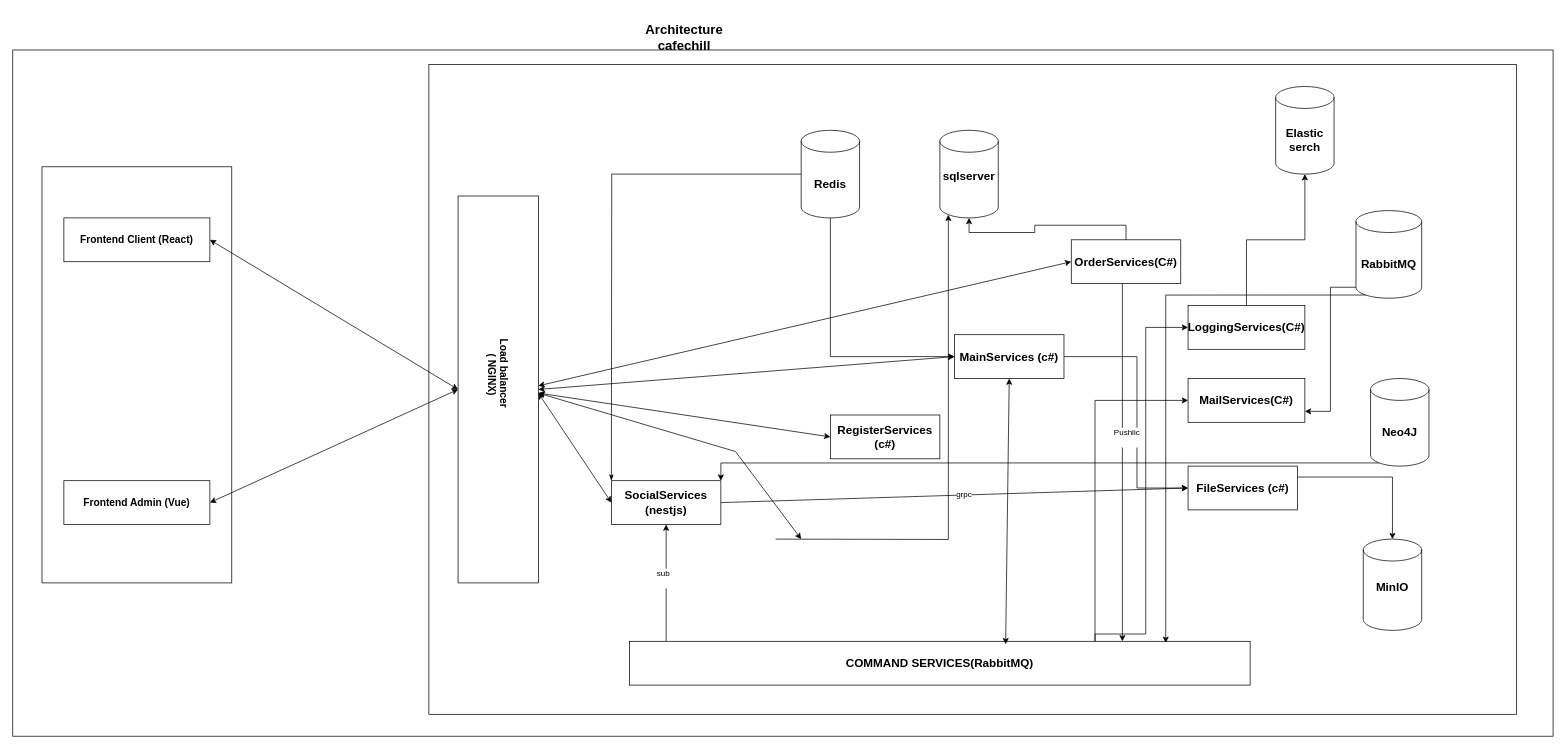
The draw.io diagram Documentations/Architechture.drawio in MajinBuuNe-Ahihi/DATN, before the edit. Source tidied: cells renumbered, new cells numbered last; positions are measured from the earlier drawing's top-left corner, leaving out a move shared by most shapes. Both pictures are drawn from the tidied source at 73%, with x=0, y=0 at pixel (12, 35).
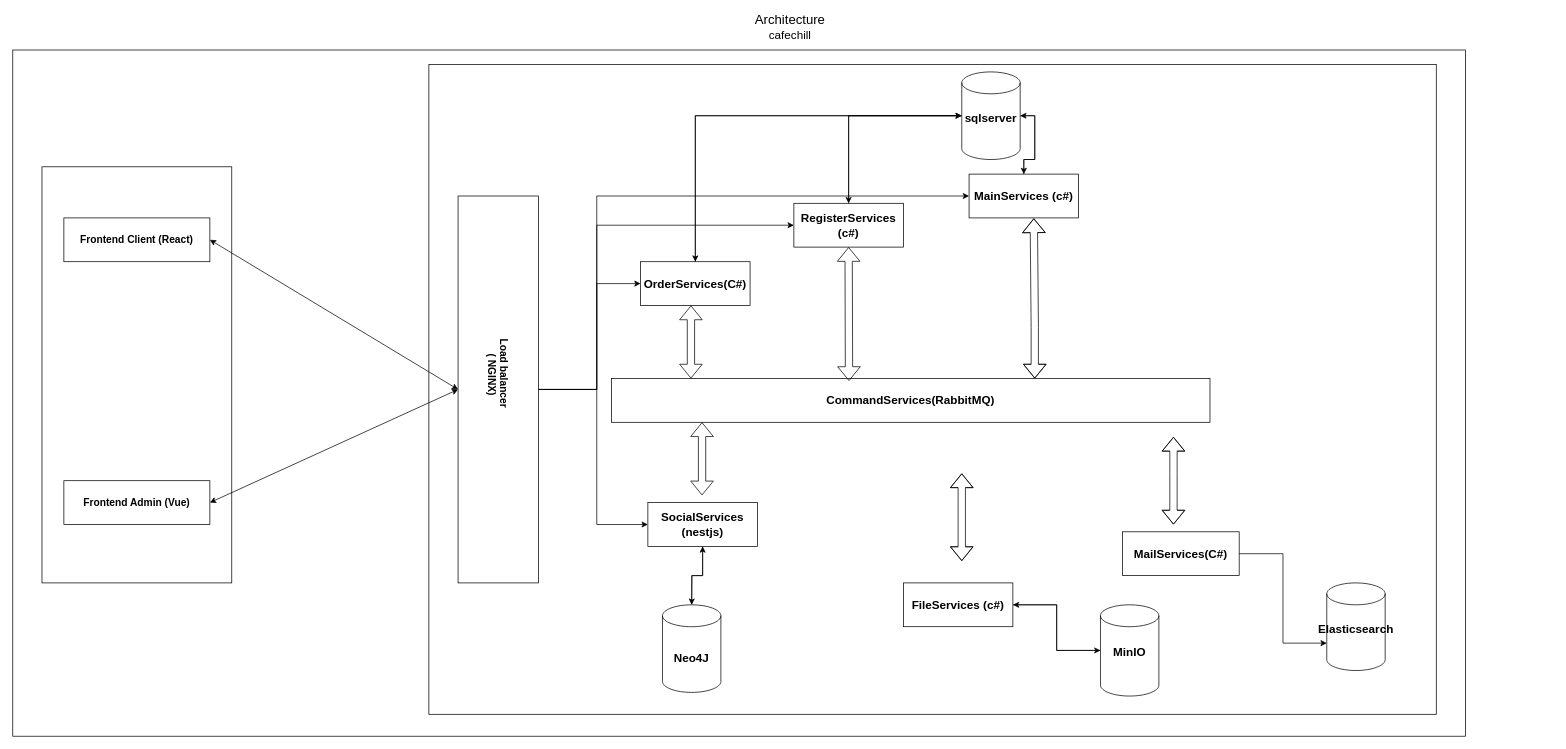
After the change.

The change refers to these unchanged cells:
```xml
<mxCell id="8" style="rounded=0;whiteSpace=wrap;html=1;" parent="1" vertex="1">
  <mxGeometry x="610" y="220" width="110" height="530" as="geometry" />
</mxCell>
```

Diff of the diagram source:
```diff
@@
     <mxCell id="2" style="rounded=0;whiteSpace=wrap;html=1;fillColor=none;" parent="1" vertex="1">
-      <mxGeometry y="20" width="2110" height="940" as="geometry" />
+      <mxGeometry y="20" width="1990" height="940" as="geometry" />
     </mxCell>
-    <mxCell id="3" value="&lt;b style=&quot;font-size: 18px;&quot;&gt;&lt;font style=&quot;font-size: 18px;&quot;&gt;Architecture&lt;/font&gt;&lt;/b&gt;&lt;div style=&quot;font-size: 18px;&quot;&gt;&lt;b&gt;&lt;font style=&quot;font-size: 18px;&quot;&gt;cafechill&lt;/font&gt;&lt;/b&gt;&lt;/div&gt;&lt;div style=&quot;font-size: 18px;&quot;&gt;&lt;br&gt;&lt;/div&gt;" style="text;html=1;align=center;verticalAlign=middle;whiteSpace=wrap;rounded=0;strokeWidth=8;" parent="1" vertex="1">
-      <mxGeometry x="840" width="160" height="30" as="geometry" />
+    <mxCell id="3" value="&lt;font style=&quot;font-size: 18px;&quot;&gt;Architecture&lt;/font&gt;&lt;div style=&quot;&quot;&gt;&lt;font size=&quot;3&quot; style=&quot;&quot;&gt;cafechill&lt;/font&gt;&lt;/div&gt;&lt;div style=&quot;font-size: 18px;&quot;&gt;&lt;br&gt;&lt;/div&gt;" style="text;html=1;align=center;verticalAlign=middle;whiteSpace=wrap;rounded=0;strokeWidth=8;" parent="1" vertex="1">
+      <mxGeometry x="840" y="-30" width="450" height="60" as="geometry" />
     </mxCell>
@@
     <mxCell id="7" style="rounded=0;whiteSpace=wrap;html=1;fillColor=none;" parent="1" vertex="1">
-      <mxGeometry x="570" y="40" width="1490" height="890" as="geometry" />
+      <mxGeometry x="570" y="40" width="1380" height="890" as="geometry" />
     </mxCell>
+    <mxCell id="51" style="edgeStyle=orthogonalEdgeStyle;rounded=0;jettySize=auto;html=1;exitX=1;exitY=0.5;exitDx=0;exitDy=0;" parent="1" edge="1" source="8" target="28">
+      <mxGeometry relative="1" as="geometry">
+        <Array as="points">
+          <mxPoint x="800" y="485" />
+          <mxPoint x="800" y="670" />
+        </Array>
+      </mxGeometry>
+    </mxCell>
+    <mxCell id="52" style="edgeStyle=orthogonalEdgeStyle;rounded=0;jettySize=auto;html=1;exitX=1;exitY=0.5;exitDx=0;exitDy=0;entryX=0;entryY=0.5;entryDx=0;entryDy=0;" parent="1" edge="1" source="8" target="27">
+      <mxGeometry relative="1" as="geometry">
+        <Array as="points">
+          <mxPoint x="800" y="485" />
+          <mxPoint x="800" y="340" />
+        </Array>
+      </mxGeometry>
+    </mxCell>
+    <mxCell id="53" style="edgeStyle=orthogonalEdgeStyle;rounded=0;jettySize=auto;html=1;exitX=1;exitY=0.5;exitDx=0;exitDy=0;entryX=0;entryY=0.5;entryDx=0;entryDy=0;" parent="1" edge="1" source="8" target="30">
+      <mxGeometry relative="1" as="geometry">
+        <Array as="points">
+          <mxPoint x="800" y="485" />
+          <mxPoint x="800" y="260" />
+        </Array>
+      </mxGeometry>
+    </mxCell>
+    <mxCell id="34" style="edgeStyle=orthogonalEdgeStyle;rounded=0;jettySize=auto;html=1;exitX=1;exitY=0.5;exitDx=0;exitDy=0;entryX=0;entryY=0.5;entryDx=0;entryDy=0;" parent="1" edge="1" source="8" target="23">
+      <mxGeometry relative="1" as="geometry">
+        <Array as="points">
+          <mxPoint x="800" y="485" />
+          <mxPoint x="800" y="220" />
+        </Array>
+      </mxGeometry>
+    </mxCell>
@@
-    <mxCell id="10" style="edgeStyle=orthogonalEdgeStyle;rounded=0;jettySize=auto;html=1;exitX=0.75;exitY=0;exitDx=0;exitDy=0;entryX=0;entryY=0.5;entryDx=0;entryDy=0;" parent="1" edge="1" source="11" target="29">
-      <mxGeometry relative="1" as="geometry" />
-    </mxCell>
-    <mxCell id="11" value="&lt;font size=&quot;1&quot;&gt;&lt;b style=&quot;font-size: 16px;&quot;&gt;COMMAND SERVICES(RabbitMQ)&lt;/b&gt;&lt;/font&gt;" style="rounded=0;whiteSpace=wrap;html=1;" parent="1" vertex="1">
-      <mxGeometry x="845" y="830" width="850" height="60" as="geometry" />
+    <mxCell id="11" value="&lt;font size=&quot;1&quot;&gt;&lt;b style=&quot;font-size: 16px;&quot;&gt;CommandServices(RabbitMQ)&lt;/b&gt;&lt;/font&gt;" style="rounded=0;whiteSpace=wrap;html=1;" parent="1" vertex="1">
+      <mxGeometry x="820" y="470" width="820" height="60" as="geometry" />
     </mxCell>
-    <mxCell id="12" style="edgeStyle=orthogonalEdgeStyle;rounded=0;jettySize=auto;html=1;exitX=0.145;exitY=1;exitDx=0;exitDy=-4.35;exitPerimeter=0;entryX=1;entryY=0;entryDx=0;entryDy=0;" parent="1" edge="1" source="13" target="28">
+    <mxCell id="12" style="edgeStyle=orthogonalEdgeStyle;rounded=0;jettySize=auto;html=1;exitX=0.5;exitY=0;exitDx=0;exitDy=0;exitPerimeter=0;" parent="1" edge="1" source="13" target="28">
       <mxGeometry relative="1" as="geometry" />
     </mxCell>
     <mxCell id="13" value="&lt;font style=&quot;font-size: 16px;&quot;&gt;&lt;b&gt;Neo4J&lt;/b&gt;&lt;/font&gt;" style="shape=cylinder3;whiteSpace=wrap;html=1;boundedLbl=1;backgroundOutline=1;size=15;" parent="1" vertex="1">
-      <mxGeometry x="1860" y="470" width="80" height="120" as="geometry" />
+      <mxGeometry x="890" y="780" width="80" height="120" as="geometry" />
     </mxCell>
+    <mxCell id="54" style="edgeStyle=orthogonalEdgeStyle;rounded=0;jettySize=auto;html=1;exitX=0;exitY=0.5;exitDx=0;exitDy=0;exitPerimeter=0;entryX=0.5;entryY=0;entryDx=0;entryDy=0;" parent="1" edge="1" source="14" target="30">
+      <mxGeometry relative="1" as="geometry" />
+    </mxCell>
+    <mxCell id="55" style="edgeStyle=orthogonalEdgeStyle;rounded=0;jettySize=auto;html=1;exitX=1;exitY=0.5;exitDx=0;exitDy=0;exitPerimeter=0;entryX=0.5;entryY=0;entryDx=0;entryDy=0;" parent="1" edge="1" source="14" target="23">
+      <mxGeometry relative="1" as="geometry">
+        <Array as="points">
+          <mxPoint x="1400" y="110" />
+          <mxPoint x="1400" y="170" />
+          <mxPoint x="1385" y="170" />
+        </Array>
+      </mxGeometry>
+    </mxCell>
+    <mxCell id="56" style="edgeStyle=orthogonalEdgeStyle;rounded=0;jettySize=auto;html=1;exitX=0;exitY=0.5;exitDx=0;exitDy=0;exitPerimeter=0;" parent="1" edge="1" source="14" target="27">
+      <mxGeometry relative="1" as="geometry" />
+    </mxCell>
     <mxCell id="14" value="&lt;span style=&quot;font-size: 16px;&quot;&gt;&lt;font style=&quot;font-size: 16px;&quot;&gt;&lt;b&gt;sqlserver&lt;/b&gt;&lt;/font&gt;&lt;/span&gt;&lt;div style=&quot;font-size: 16px;&quot;&gt;&lt;br&gt;&lt;/div&gt;" style="shape=cylinder3;whiteSpace=wrap;html=1;boundedLbl=1;backgroundOutline=1;size=15;" parent="1" vertex="1">
-      <mxGeometry x="1270" y="130" width="80" height="120" as="geometry" />
+      <mxGeometry x="1300" y="50" width="80" height="120" as="geometry" />
     </mxCell>
-    <mxCell id="15" style="edgeStyle=orthogonalEdgeStyle;rounded=0;jettySize=auto;html=1;exitX=0;exitY=0.5;exitDx=0;exitDy=0;exitPerimeter=0;endArrow=classicThin;endFill=1;" parent="1" edge="1" source="17">
-      <mxGeometry relative="1" as="geometry">
-        <mxPoint x="820" y="610" as="targetPoint" />
-      </mxGeometry>
-    </mxCell>
-    <mxCell id="16" style="edgeStyle=orthogonalEdgeStyle;rounded=0;jettySize=auto;html=1;exitX=0.5;exitY=1;exitDx=0;exitDy=0;exitPerimeter=0;entryX=0;entryY=0.5;entryDx=0;entryDy=0;" parent="1" edge="1" source="17" target="23">
-      <mxGeometry relative="1" as="geometry" />
-    </mxCell>
-    <mxCell id="17" value="&lt;font style=&quot;font-size: 16px;&quot;&gt;&lt;b&gt;Redis&lt;/b&gt;&lt;/font&gt;" style="shape=cylinder3;whiteSpace=wrap;html=1;boundedLbl=1;backgroundOutline=1;size=15;" parent="1" vertex="1">
-      <mxGeometry x="1080" y="130" width="80" height="120" as="geometry" />
-    </mxCell>
-    <mxCell id="18" style="edgeStyle=orthogonalEdgeStyle;rounded=0;jettySize=auto;html=1;exitX=0;exitY=1;exitDx=0;exitDy=-15;exitPerimeter=0;entryX=1;entryY=0.75;entryDx=0;entryDy=0;" parent="1" edge="1" source="19" target="29">
-      <mxGeometry relative="1" as="geometry" />
-    </mxCell>
-    <mxCell id="19" value="&lt;font style=&quot;font-size: 16px;&quot;&gt;&lt;b&gt;RabbitMQ&lt;/b&gt;&lt;/font&gt;" style="shape=cylinder3;whiteSpace=wrap;html=1;boundedLbl=1;backgroundOutline=1;size=15;" parent="1" vertex="1">
-      <mxGeometry x="1840" y="240" width="90" height="120" as="geometry" />
-    </mxCell>
-    <mxCell id="20" value="&lt;span style=&quot;font-size: 16px;&quot;&gt;&lt;b&gt;Elastic&lt;/b&gt;&lt;/span&gt;&lt;div&gt;&lt;span style=&quot;font-size: 16px;&quot;&gt;&lt;b&gt;serch&lt;/b&gt;&lt;/span&gt;&lt;/div&gt;" style="shape=cylinder3;whiteSpace=wrap;html=1;boundedLbl=1;backgroundOutline=1;size=15;" parent="1" vertex="1">
-      <mxGeometry x="1730" y="70" width="80" height="120" as="geometry" />
-    </mxCell>
+    <mxCell id="57" style="edgeStyle=orthogonalEdgeStyle;rounded=0;jettySize=auto;html=1;exitX=0;exitY=0.5;exitDx=0;exitDy=0;exitPerimeter=0;entryX=1;entryY=0.5;entryDx=0;entryDy=0;" parent="1" edge="1" source="21" target="25">
+      <mxGeometry relative="1" as="geometry" />
+    </mxCell>
     <mxCell id="21" value="&lt;span style=&quot;font-size: 16px;&quot;&gt;&lt;b&gt;MinIO&lt;/b&gt;&lt;/span&gt;&lt;div&gt;&lt;span style=&quot;font-size: 16px;&quot;&gt;&lt;b&gt;&lt;br&gt;&lt;/b&gt;&lt;/span&gt;&lt;/div&gt;" style="shape=cylinder3;whiteSpace=wrap;html=1;boundedLbl=1;backgroundOutline=1;size=15;" parent="1" vertex="1">
-      <mxGeometry x="1850" y="690" width="80" height="125" as="geometry" />
+      <mxGeometry x="1490" y="780" width="80" height="125" as="geometry" />
     </mxCell>
-    <mxCell id="22" style="edgeStyle=orthogonalEdgeStyle;rounded=0;jettySize=auto;html=1;exitX=1;exitY=0.5;exitDx=0;exitDy=0;entryX=0;entryY=0.5;entryDx=0;entryDy=0;" parent="1" edge="1" source="23" target="25">
-      <mxGeometry relative="1" as="geometry">
-        <Array as="points">
-          <mxPoint x="1540" y="440" />
-          <mxPoint x="1540" y="620" />
-        </Array>
-      </mxGeometry>
-    </mxCell>
     <mxCell id="23" value="&lt;b&gt;&lt;font style=&quot;font-size: 16px;&quot;&gt;MainServices (c#)&lt;/font&gt;&lt;/b&gt;" style="rounded=0;whiteSpace=wrap;html=1;" parent="1" vertex="1">
-      <mxGeometry x="1290" y="410" width="150" height="60" as="geometry" />
+      <mxGeometry x="1310" y="190" width="150" height="60" as="geometry" />
     </mxCell>
-    <mxCell id="24" style="edgeStyle=orthogonalEdgeStyle;rounded=0;jettySize=auto;html=1;exitX=1;exitY=0.25;exitDx=0;exitDy=0;" parent="1" edge="1" source="25" target="21">
+    <mxCell id="24" style="edgeStyle=orthogonalEdgeStyle;rounded=0;jettySize=auto;html=1;exitX=1;exitY=0.5;exitDx=0;exitDy=0;" parent="1" edge="1" source="25" target="21">
       <mxGeometry relative="1" as="geometry" />
     </mxCell>
     <mxCell id="25" value="&lt;b&gt;&lt;font style=&quot;font-size: 16px;&quot;&gt;FileServices (c#)&lt;/font&gt;&lt;/b&gt;" style="rounded=0;whiteSpace=wrap;html=1;" parent="1" vertex="1">
-      <mxGeometry x="1610" y="590" width="150" height="60" as="geometry" />
+      <mxGeometry x="1220" y="750" width="150" height="60" as="geometry" />
     </mxCell>
-    <mxCell id="26" value="&lt;font style=&quot;font-size: 16px;&quot;&gt;&lt;b&gt;LoggingServices(C#)&lt;/b&gt;&lt;/font&gt;" style="rounded=0;whiteSpace=wrap;html=1;" parent="1" vertex="1">
-      <mxGeometry x="1610" y="370" width="160" height="60" as="geometry" />
-    </mxCell>
     <mxCell id="27" value="&lt;b&gt;&lt;font style=&quot;font-size: 16px;&quot;&gt;OrderServices(C#)&lt;/font&gt;&lt;/b&gt;" style="rounded=0;whiteSpace=wrap;html=1;" parent="1" vertex="1">
-      <mxGeometry x="1450" y="280" width="150" height="60" as="geometry" />
+      <mxGeometry x="860" y="310" width="150" height="60" as="geometry" />
     </mxCell>
+    <mxCell id="58" style="edgeStyle=orthogonalEdgeStyle;rounded=0;jettySize=auto;html=1;exitX=0.5;exitY=1;exitDx=0;exitDy=0;" parent="1" edge="1" source="28">
+      <mxGeometry relative="1" as="geometry">
+        <mxPoint x="930" y="780" as="targetPoint" />
+      </mxGeometry>
+    </mxCell>
     <mxCell id="28" value="&lt;b&gt;&lt;font style=&quot;font-size: 16px;&quot;&gt;SocialServices (nestjs)&lt;/font&gt;&lt;/b&gt;" style="rounded=0;whiteSpace=wrap;html=1;fontStyle=0;" parent="1" vertex="1">
-      <mxGeometry x="820" y="610" width="150" height="60" as="geometry" />
+      <mxGeometry x="870" y="640" width="150" height="60" as="geometry" />
     </mxCell>
     <mxCell id="29" value="&lt;b&gt;&lt;font style=&quot;font-size: 16px;&quot;&gt;MailServices(C#)&lt;/font&gt;&lt;/b&gt;" style="rounded=0;whiteSpace=wrap;html=1;" parent="1" vertex="1">
-      <mxGeometry x="1610" y="470" width="160" height="60" as="geometry" />
+      <mxGeometry x="1520" y="680" width="160" height="60" as="geometry" />
     </mxCell>
     <mxCell id="30" value="&lt;span style=&quot;font-size: 16px;&quot;&gt;&lt;b&gt;RegisterServices (c#)&lt;/b&gt;&lt;/span&gt;" style="rounded=0;whiteSpace=wrap;html=1;fontStyle=0;" parent="1" vertex="1">
-      <mxGeometry x="1120" y="520" width="150" height="60" as="geometry" />
+      <mxGeometry x="1070" y="230" width="150" height="60" as="geometry" />
     </mxCell>
@@
-    <mxCell id="33" style="endArrow=classic;startArrow=classic;html=1;rounded=0;entryX=0;entryY=0.5;entryDx=0;entryDy=0;" parent="1" edge="1" target="27">
-      <mxGeometry relative="1" as="geometry">
-        <mxPoint x="720" y="480" as="sourcePoint" />
-      </mxGeometry>
-    </mxCell>
-    <mxCell id="34" style="endArrow=classic;startArrow=classic;html=1;rounded=0;entryX=0;entryY=0.5;entryDx=0;entryDy=0;exitX=1;exitY=0.5;exitDx=0;exitDy=0;" parent="1" edge="1" source="8" target="23">
-      <mxGeometry relative="1" as="geometry" />
-    </mxCell>
-    <mxCell id="35" style="endArrow=classic;startArrow=classic;html=1;rounded=0;entryX=0;entryY=0.5;entryDx=0;entryDy=0;" parent="1" edge="1" target="30">
-      <mxGeometry relative="1" as="geometry">
-        <mxPoint x="720" y="490" as="sourcePoint" />
-      </mxGeometry>
-    </mxCell>
-    <mxCell id="36" style="endArrow=classic;startArrow=classic;html=1;rounded=0;entryX=0;entryY=0.5;entryDx=0;entryDy=0;" parent="1" edge="1" target="28">
-      <mxGeometry relative="1" as="geometry">
-        <mxPoint x="720" y="490" as="sourcePoint" />
-      </mxGeometry>
-    </mxCell>
-    <mxCell id="37" style="endArrow=classic;startArrow=classic;html=1;rounded=0;" parent="1" edge="1">
-      <mxGeometry relative="1" as="geometry">
-        <mxPoint x="720" y="490" as="sourcePoint" />
-        <mxPoint x="1080" y="690" as="targetPoint" />
-        <Array as="points">
-          <mxPoint x="990" y="570" />
-        </Array>
-      </mxGeometry>
-    </mxCell>
-    <mxCell id="38" style="edgeStyle=orthogonalEdgeStyle;rounded=0;orthogonalLoop=1;jettySize=auto;html=1;exitX=0.5;exitY=1;exitDx=0;exitDy=0;" parent="1" edge="1" source="26" target="26">
-      <mxGeometry relative="1" as="geometry" />
+    <mxCell id="38" style="edgeStyle=orthogonalEdgeStyle;rounded=0;orthogonalLoop=1;jettySize=auto;html=1;exitX=0.5;exitY=1;exitDx=0;exitDy=0;" parent="1" edge="1">
+      <mxGeometry relative="1" as="geometry">
+        <mxPoint x="1690" y="430" as="sourcePoint" />
+        <mxPoint x="1690" y="430" as="targetPoint" />
+      </mxGeometry>
     </mxCell>
-    <mxCell id="39" style="endArrow=classic;startArrow=classic;html=1;rounded=0;entryX=0.5;entryY=1;entryDx=0;entryDy=0;exitX=0.606;exitY=0.067;exitDx=0;exitDy=0;exitPerimeter=0;" parent="1" edge="1" source="11" target="23">
-      <mxGeometry relative="1" as="geometry" />
-    </mxCell>
-    <mxCell id="40" style="endArrow=classic;html=1;rounded=0;" parent="1" edge="1">
-      <mxGeometry relative="1" as="geometry">
-        <mxPoint x="895" y="830" as="sourcePoint" />
-        <mxPoint x="895" y="670" as="targetPoint" />
-      </mxGeometry>
-    </mxCell>
-    <mxCell id="41" value="sub&lt;div&gt;&lt;br&gt;&lt;/div&gt;" style="edgeLabel;html=1;align=center;verticalAlign=middle;" parent="40" vertex="1">
-      <mxGeometry x="0.09" y="5" relative="1" as="geometry" />
-    </mxCell>
-    <mxCell id="42" style="endArrow=classic;html=1;rounded=0;" parent="1" edge="1">
-      <mxGeometry relative="1" as="geometry">
-        <mxPoint x="1520" y="340" as="sourcePoint" />
-        <mxPoint x="1520" y="830" as="targetPoint" />
-      </mxGeometry>
-    </mxCell>
-    <mxCell id="43" value="&lt;div&gt;Pushlic&lt;/div&gt;&lt;div&gt;&lt;br&gt;&lt;/div&gt;" style="edgeLabel;html=1;align=center;verticalAlign=middle;" parent="42" vertex="1">
-      <mxGeometry x="-0.02" y="3" relative="1" as="geometry">
-        <mxPoint x="2" y="-30" as="offset" />
-      </mxGeometry>
-    </mxCell>
-    <mxCell id="44" style="endArrow=classic;html=1;rounded=0;exitX=1;exitY=0.5;exitDx=0;exitDy=0;entryX=0;entryY=0.5;entryDx=0;entryDy=0;" parent="1" edge="1" source="28" target="25">
-      <mxGeometry relative="1" as="geometry" />
-    </mxCell>
-    <mxCell id="45" value="grpc" style="edgeLabel;html=1;align=center;verticalAlign=middle;" parent="44" vertex="1">
-      <mxGeometry x="0.04" y="1" relative="1" as="geometry" />
-    </mxCell>
-    <mxCell id="46" style="edgeStyle=orthogonalEdgeStyle;rounded=0;jettySize=auto;html=1;exitX=0.75;exitY=0;exitDx=0;exitDy=0;entryX=0;entryY=0.5;entryDx=0;entryDy=0;" parent="1" edge="1" source="11" target="26">
-      <mxGeometry relative="1" as="geometry">
-        <Array as="points">
-          <mxPoint x="1482" y="820" />
-          <mxPoint x="1552" y="820" />
-          <mxPoint x="1552" y="400" />
-        </Array>
-      </mxGeometry>
-    </mxCell>
+    <mxCell id="59" value="&lt;div style=&quot;font-size: 16px;&quot;&gt;&lt;b&gt;Elasticsearch&lt;/b&gt;&lt;/div&gt;&lt;div style=&quot;font-size: 16px;&quot;&gt;&lt;b&gt;&lt;br&gt;&lt;/b&gt;&lt;/div&gt;" style="shape=cylinder3;whiteSpace=wrap;html=1;boundedLbl=1;backgroundOutline=1;size=15;" parent="1" vertex="1">
+      <mxGeometry x="1800" y="750" width="80" height="120" as="geometry" />
+    </mxCell>
+    <mxCell id="60" style="shape=flexArrow;endArrow=classic;startArrow=classic;html=1;rounded=0;entryX=0.5;entryY=1;entryDx=0;entryDy=0;exitX=0.397;exitY=0.056;exitDx=0;exitDy=0;exitPerimeter=0;" parent="1" edge="1" source="11" target="30">
+      <mxGeometry relative="1" as="geometry" />
+    </mxCell>
+    <mxCell id="61" style="shape=flexArrow;endArrow=classic;startArrow=classic;html=1;rounded=0;entryX=0.591;entryY=1.011;entryDx=0;entryDy=0;entryPerimeter=0;" parent="1" edge="1" target="23">
+      <mxGeometry relative="1" as="geometry">
+        <mxPoint x="1400" y="470" as="sourcePoint" />
+        <Array as="points">
+          <mxPoint x="1400" y="400" />
+        </Array>
+      </mxGeometry>
+    </mxCell>
+    <mxCell id="62" style="shape=flexArrow;endArrow=classic;startArrow=classic;html=1;rounded=0;" parent="1" edge="1">
+      <mxGeometry relative="1" as="geometry">
+        <mxPoint x="929" y="470" as="sourcePoint" />
+        <mxPoint x="929" y="370" as="targetPoint" />
+      </mxGeometry>
+    </mxCell>
+    <mxCell id="63" style="shape=flexArrow;endArrow=classic;startArrow=classic;html=1;rounded=0;" parent="1" edge="1">
+      <mxGeometry relative="1" as="geometry">
+        <mxPoint x="944.2" y="630" as="sourcePoint" />
+        <mxPoint x="944.2" y="530" as="targetPoint" />
+      </mxGeometry>
+    </mxCell>
+    <mxCell id="64" style="shape=flexArrow;endArrow=classic;startArrow=classic;html=1;rounded=0;" parent="1" edge="1">
+      <mxGeometry relative="1" as="geometry">
+        <mxPoint x="1590" y="670" as="sourcePoint" />
+        <mxPoint x="1590" y="550" as="targetPoint" />
+        <Array as="points">
+          <mxPoint x="1590" y="600" />
+        </Array>
+      </mxGeometry>
+    </mxCell>
+    <mxCell id="65" style="edgeStyle=orthogonalEdgeStyle;rounded=0;jettySize=auto;html=1;exitX=0.5;exitY=0;exitDx=0;exitDy=0;entryX=0;entryY=0.5;entryDx=0;entryDy=0;entryPerimeter=0;" parent="1" edge="1" source="30" target="14">
+      <mxGeometry relative="1" as="geometry" />
+    </mxCell>
+    <mxCell id="66" style="edgeStyle=orthogonalEdgeStyle;rounded=0;jettySize=auto;html=1;exitX=0.5;exitY=0;exitDx=0;exitDy=0;entryX=1;entryY=0.5;entryDx=0;entryDy=0;entryPerimeter=0;" parent="1" edge="1" source="23" target="14">
+      <mxGeometry relative="1" as="geometry" />
+    </mxCell>
-    <mxCell id="47" style="edgeStyle=orthogonalEdgeStyle;rounded=0;jettySize=auto;html=1;exitX=0.5;exitY=0;exitDx=0;exitDy=0;entryX=0.5;entryY=1;entryDx=0;entryDy=0;entryPerimeter=0;" parent="1" edge="1" source="27" target="14">
+    <mxCell id="47" style="edgeStyle=orthogonalEdgeStyle;rounded=0;jettySize=auto;html=1;exitX=0.5;exitY=0;exitDx=0;exitDy=0;entryX=0;entryY=0.5;entryDx=0;entryDy=0;entryPerimeter=0;" parent="1" edge="1" source="27" target="14">
       <mxGeometry relative="1" as="geometry" />
     </mxCell>
-    <mxCell id="48" style="edgeStyle=orthogonalEdgeStyle;rounded=0;jettySize=auto;html=1;exitX=0.5;exitY=0;exitDx=0;exitDy=0;entryX=0.5;entryY=1;entryDx=0;entryDy=0;entryPerimeter=0;" parent="1" edge="1" source="26" target="20">
-      <mxGeometry relative="1" as="geometry" />
-    </mxCell>
-    <mxCell id="49" style="edgeStyle=orthogonalEdgeStyle;rounded=0;jettySize=auto;html=1;exitX=0.145;exitY=1;exitDx=0;exitDy=-4.35;exitPerimeter=0;entryX=0.864;entryY=0.037;entryDx=0;entryDy=0;entryPerimeter=0;" parent="1" edge="1" source="19" target="11">
-      <mxGeometry relative="1" as="geometry" />
-    </mxCell>
-    <mxCell id="50" style="edgeStyle=orthogonalEdgeStyle;rounded=0;jettySize=auto;html=1;exitX=0.5;exitY=0;exitDx=0;exitDy=0;entryX=0.145;entryY=1;entryDx=0;entryDy=-4.35;entryPerimeter=0;" parent="1" edge="1" target="14">
-      <mxGeometry relative="1" as="geometry">
-        <mxPoint x="1045" y="690" as="sourcePoint" />
-      </mxGeometry>
-    </mxCell>
+    <mxCell id="67" style="edgeStyle=orthogonalEdgeStyle;rounded=0;jettySize=auto;html=1;exitX=1;exitY=0.5;exitDx=0;exitDy=0;entryX=0;entryY=0;entryDx=0;entryDy=82.5;entryPerimeter=0;" parent="1" edge="1" source="29" target="59">
+      <mxGeometry relative="1" as="geometry" />
+    </mxCell>
+    <mxCell id="68" style="shape=flexArrow;endArrow=classic;startArrow=classic;html=1;rounded=0;" parent="1" edge="1">
+      <mxGeometry relative="1" as="geometry">
+        <mxPoint x="1300" y="720" as="sourcePoint" />
+        <mxPoint x="1300" y="600" as="targetPoint" />
+        <Array as="points">
+          <mxPoint x="1300" y="650" />
+        </Array>
+      </mxGeometry>
+    </mxCell>
```
